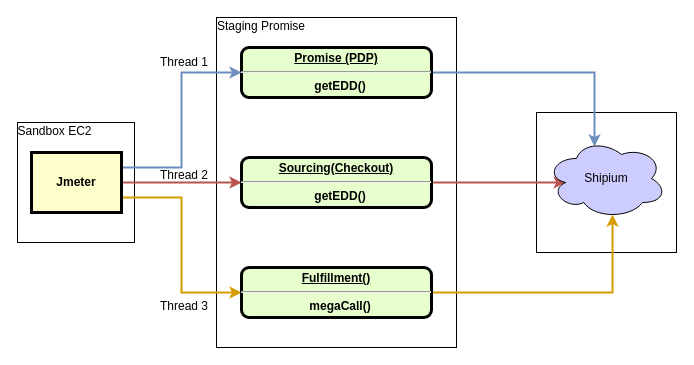
Before: Promise-performance-test-data-flow.drawio in wangpengming/drawio, a draw.io diagram. Source tidied: cells renumbered, new cells numbered last; positions are measured from the earlier drawing's top-left corner, leaving out a move shared by most shapes. Both pictures are drawn from the tidied source at 100%, with x=0, y=0 at pixel (17, 17).
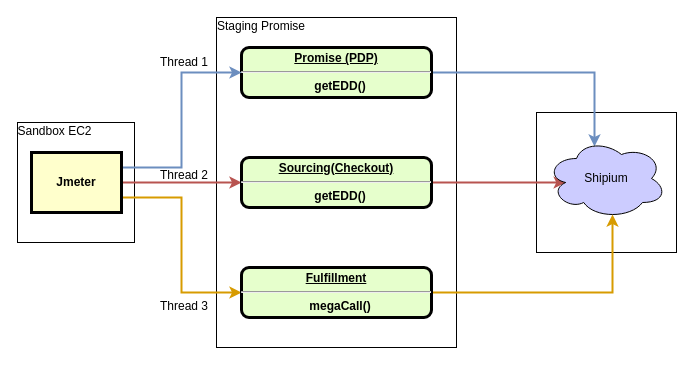
After the change.

What changed in the source:
```diff
@@
-    <mxCell id="15" value="&lt;p style=&quot;margin: 0px; margin-top: 4px; text-align: center; text-decoration: underline;&quot;&gt;&lt;strong&gt;&lt;strong&gt;Fulfillment()&lt;/strong&gt;&lt;br&gt;&lt;/strong&gt;&lt;/p&gt;&lt;hr&gt;&lt;p style=&quot;margin: 0px; margin-left: 8px;&quot;&gt;megaCall()&lt;/p&gt;" style="verticalAlign=middle;align=center;overflow=fill;fontSize=12;fontFamily=Helvetica;html=1;rounded=1;fontStyle=1;strokeWidth=3;fillColor=#E6FFCC;" parent="1" vertex="1">
+    <mxCell id="15" value="&lt;p style=&quot;margin: 0px; margin-top: 4px; text-align: center; text-decoration: underline;&quot;&gt;&lt;strong&gt;&lt;strong&gt;Fulfillment&lt;/strong&gt;&lt;br&gt;&lt;/strong&gt;&lt;/p&gt;&lt;hr&gt;&lt;p style=&quot;margin: 0px; margin-left: 8px;&quot;&gt;megaCall()&lt;/p&gt;" style="verticalAlign=middle;align=center;overflow=fill;fontSize=12;fontFamily=Helvetica;html=1;rounded=1;fontStyle=1;strokeWidth=3;fillColor=#E6FFCC;" parent="1" vertex="1">
       <mxGeometry x="224" y="250" width="190" height="50" as="geometry" />
     </mxCell>
```
